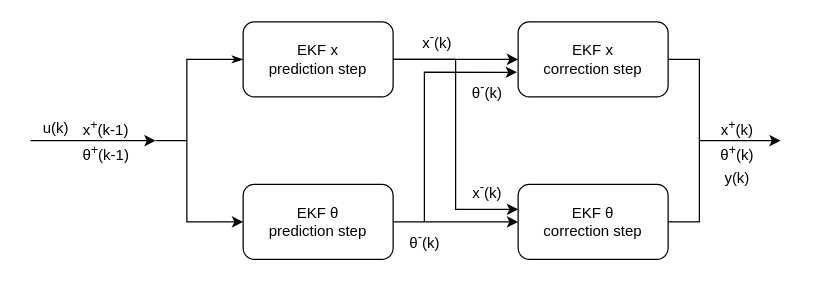
Earlier version of the draw.io diagram bms_flowchart_v2.drawio (PHentosh/draw_io_projects). Source tidied: cells renumbered, new cells numbered last; positions are measured from the earlier drawing's top-left corner, leaving out a move shared by most shapes. Both pictures are drawn from the tidied source at 125%, with x=0, y=0 at pixel (30, 21).
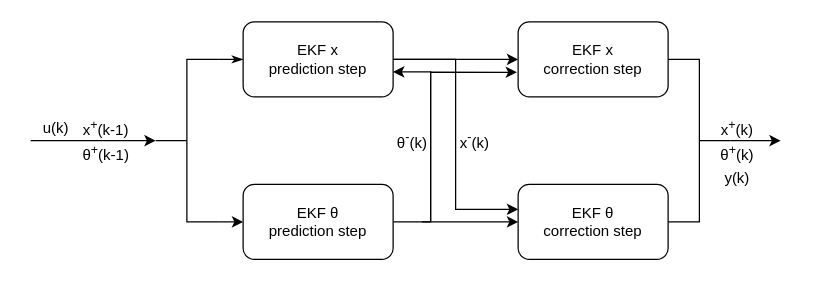
Above is the later version.

Unchanged cells that the change refers to:
```xml
<mxCell id="4" value="EKF x &lt;br&gt;prediction step" style="rounded=1;whiteSpace=wrap;html=1;" parent="1" vertex="1">
  <mxGeometry x="170" width="120" height="60" as="geometry" />
</mxCell>
<mxCell id="7" value="EKF x &lt;br&gt;correction step" style="rounded=1;whiteSpace=wrap;html=1;" parent="1" vertex="1">
  <mxGeometry x="390" width="120" height="60" as="geometry" />
</mxCell>
```

What changed in the source:
```diff
@@
-    <mxCell id="9" style="edgeStyle=orthogonalEdgeStyle;rounded=0;jettySize=auto;html=1;entryX=-0.008;entryY=0.672;entryDx=0;entryDy=0;entryPerimeter=0;strokeColor=light-dark(#000000,#FFFF33);fontColor=none;labelBackgroundColor=none;noLabel=1;" parent="1" edge="1" source="10" target="7">
+    <mxCell id="9" style="edgeStyle=orthogonalEdgeStyle;rounded=0;jettySize=auto;html=1;entryX=-0.008;entryY=0.672;entryDx=0;entryDy=0;entryPerimeter=0;strokeColor=light-dark(#000000,#FFFF33);fontColor=none;labelBackgroundColor=none;noLabel=1;" parent="1" edge="1" target="7">
       <mxGeometry relative="1" as="geometry">
+        <mxPoint x="320" y="160" as="sourcePoint" />
         <Array as="points">
-          <mxPoint x="315" y="40" />
+          <mxPoint x="320" y="40" />
         </Array>
       </mxGeometry>
     </mxCell>
-    <mxCell id="10" value="θ&lt;sup&gt;-&lt;/sup&gt;(k)" style="text;html=1;align=center;verticalAlign=middle;points=[];strokeColor=none;fillColor=none;fontColor=light-dark(#000000,#FFFF99);" parent="1" vertex="1">
-      <mxGeometry x="290" y="160" width="50" height="30" as="geometry" />
-    </mxCell>
@@
-    <mxCell id="18" value="x&lt;sup&gt;-&lt;/sup&gt;(k)" style="text;html=1;align=center;verticalAlign=middle;strokeColor=none;fillColor=none;fontColor=light-dark(#000000,#FFB366);" parent="1" vertex="1">
-      <mxGeometry x="300" width="50" height="30" as="geometry" />
-    </mxCell>
     <mxCell id="19" value="x&lt;sup&gt;-&lt;/sup&gt;(k)" style="text;html=1;align=center;verticalAlign=middle;strokeColor=none;fillColor=none;fontColor=light-dark(#000000,#FFB366);" parent="1" vertex="1">
-      <mxGeometry x="340" y="120" width="50" height="30" as="geometry" />
+      <mxGeometry x="330" y="80" width="50" height="30" as="geometry" />
     </mxCell>
@@
     <mxCell id="25" value="θ&lt;sup&gt;-&lt;/sup&gt;(k)" style="text;html=1;align=center;verticalAlign=middle;strokeColor=none;fillColor=none;fontColor=light-dark(#000000,#FFFF99);" parent="1" vertex="1">
-      <mxGeometry x="340" y="40" width="50" height="30" as="geometry" />
+      <mxGeometry x="280" y="80" width="50" height="30" as="geometry" />
     </mxCell>
+    <mxCell id="26" style="edgeStyle=orthogonalEdgeStyle;rounded=0;jettySize=auto;html=1;entryX=1;entryY=0.667;entryDx=0;entryDy=0;entryPerimeter=0;strokeColor=light-dark(#000000,#FFFF33);fontColor=none;labelBackgroundColor=none;noLabel=1;" parent="1" edge="1" target="4">
+      <mxGeometry relative="1" as="geometry">
+        <mxPoint x="313" y="160" as="sourcePoint" />
+        <Array as="points">
+          <mxPoint x="320" y="160" />
+          <mxPoint x="320" y="40" />
+        </Array>
+      </mxGeometry>
+    </mxCell>
```
